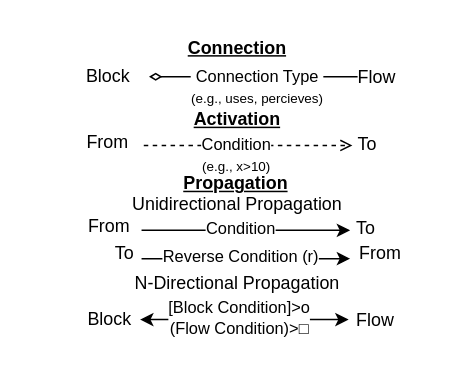
The draw.io diagram docs-source/figures/frdl/primitives/relationships.drawio in nasa/fmdtools, before the edit. Source tidied: cells renumbered, new cells numbered last; positions are measured from the earlier drawing's top-left corner, leaving out a move shared by most shapes. Both pictures are drawn from the tidied source at 149%, with x=0, y=0 at pixel (25, 25).
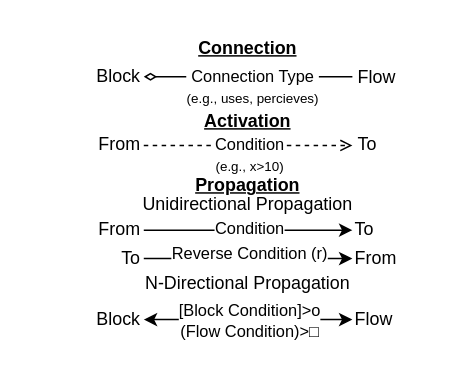
The same diagram, later.

The change refers to these unchanged cells:
```xml
<mxCell id="4" style="endArrow=open;html=1;rounded=0;dashed=1;endFill=0;startArrow=none;startFill=0;" parent="1" edge="1">
  <mxGeometry relative="1" as="geometry">
    <mxPoint x="79" y="80.1" as="sourcePoint" />
    <mxPoint x="219" y="80.1" as="targetPoint" />
  </mxGeometry>
</mxCell>
```

What changed in the source:
```diff
@@
     <mxCell id="2" style="endArrow=none;html=1;rounded=0;endFill=0;startArrow=diamondThin;startFill=0;" parent="1" edge="1">
       <mxGeometry relative="1" as="geometry">
-        <mxPoint x="82.5" y="34" as="sourcePoint" />
-        <mxPoint x="222.5" y="34" as="targetPoint" />
+        <mxPoint x="79" y="34" as="sourcePoint" />
+        <mxPoint x="219" y="34" as="targetPoint" />
       </mxGeometry>
     </mxCell>
@@
     <mxCell id="5" value="Condition&lt;br&gt;&lt;font style=&quot;font-size: 9px;&quot;&gt;(e.g., x&amp;gt;10)&lt;/font&gt;" style="edgeLabel;html=1;align=center;verticalAlign=middle;" parent="4" vertex="1">
       <mxGeometry x="-0.32" y="1" relative="1" as="geometry">
-        <mxPoint x="13" y="7" as="offset" />
+        <mxPoint x="22" y="7" as="offset" />
       </mxGeometry>
     </mxCell>
@@
     <mxCell id="7" value="From" style="text;html=1;strokeColor=none;fillColor=none;align=right;verticalAlign=middle;whiteSpace=wrap;rounded=0;" parent="1" vertex="1">
-      <mxGeometry x="41.5" y="63" width="28.5" height="30" as="geometry" />
+      <mxGeometry x="49" y="65" width="30" height="30" as="geometry" />
     </mxCell>
     <mxCell id="8" value="&lt;b&gt;&lt;u&gt;Activation&lt;/u&gt;&lt;/b&gt;" style="text;html=1;strokeColor=none;fillColor=none;align=center;verticalAlign=middle;whiteSpace=wrap;rounded=0;" parent="1" vertex="1">
-      <mxGeometry x="81.5" y="48" width="120" height="30" as="geometry" />
+      <mxGeometry x="89" y="49" width="120" height="30" as="geometry" />
     </mxCell>
     <mxCell id="9" value="&lt;b&gt;&lt;u&gt;Connection&lt;/u&gt;&lt;/b&gt;" style="text;html=1;strokeColor=none;fillColor=none;align=center;verticalAlign=middle;whiteSpace=wrap;rounded=0;" parent="1" vertex="1">
-      <mxGeometry x="81.5" width="119.8" height="30" as="geometry" />
+      <mxGeometry x="89" width="119.8" height="30" as="geometry" />
     </mxCell>
     <mxCell id="10" value="Block" style="text;html=1;strokeColor=none;fillColor=none;align=right;verticalAlign=middle;whiteSpace=wrap;rounded=0;" parent="1" vertex="1">
-      <mxGeometry x="25" y="19" width="47" height="30" as="geometry" />
+      <mxGeometry x="49" y="19" width="30" height="30" as="geometry" />
     </mxCell>
     <mxCell id="11" value="Flow" style="text;html=1;strokeColor=none;fillColor=none;align=left;verticalAlign=middle;whiteSpace=wrap;rounded=0;" parent="1" vertex="1">
-      <mxGeometry x="221" y="20" width="47" height="30" as="geometry" />
+      <mxGeometry x="221" y="20" width="28" height="30" as="geometry" />
     </mxCell>
     <mxCell id="12" value="&lt;b&gt;&lt;u&gt;Propagation&lt;/u&gt;&lt;/b&gt;" style="text;html=1;strokeColor=none;fillColor=none;align=center;verticalAlign=middle;whiteSpace=wrap;rounded=0;" parent="1" vertex="1">
-      <mxGeometry x="81.2" y="91" width="120" height="30" as="geometry" />
+      <mxGeometry x="88.8" y="91.5" width="120" height="30" as="geometry" />
     </mxCell>
     <mxCell id="13" style="endArrow=classic;html=1;rounded=0;" parent="1" edge="1">
       <mxGeometry relative="1" as="geometry">
-        <mxPoint x="77.5" y="137.1" as="sourcePoint" />
-        <mxPoint x="217.5" y="137.1" as="targetPoint" />
+        <mxPoint x="79" y="137" as="sourcePoint" />
+        <mxPoint x="219" y="137" as="targetPoint" />
       </mxGeometry>
     </mxCell>
     <mxCell id="14" value="Condition" style="edgeLabel;html=1;align=center;verticalAlign=middle;" parent="13" vertex="1">
       <mxGeometry x="-0.33" relative="1" as="geometry">
-        <mxPoint x="19" y="-2" as="offset" />
+        <mxPoint x="23" y="-2" as="offset" />
       </mxGeometry>
     </mxCell>
     <mxCell id="15" value="From" style="text;html=1;strokeColor=none;fillColor=none;align=right;verticalAlign=middle;whiteSpace=wrap;rounded=0;" parent="1" vertex="1">
-      <mxGeometry y="119.5" width="72" height="30" as="geometry" />
+      <mxGeometry x="49" y="121.5" width="30" height="30" as="geometry" />
     </mxCell>
     <mxCell id="16" value="To" style="text;html=1;strokeColor=none;fillColor=none;align=left;verticalAlign=middle;whiteSpace=wrap;rounded=0;" parent="1" vertex="1">
-      <mxGeometry x="220" y="121" width="20.5" height="30" as="geometry" />
+      <mxGeometry x="219" y="122" width="21.5" height="30" as="geometry" />
     </mxCell>
     <mxCell id="17" value="Unidirectional Propagation" style="text;html=1;strokeColor=none;fillColor=none;align=center;verticalAlign=middle;whiteSpace=wrap;rounded=0;" parent="1" vertex="1">
-      <mxGeometry x="41.5" y="114" width="200" height="11" as="geometry" />
+      <mxGeometry x="69" y="114" width="160" height="11" as="geometry" />
     </mxCell>
     <mxCell id="18" style="endArrow=classic;html=1;rounded=0;startArrow=classic;startFill=1;" parent="1" edge="1">
       <mxGeometry relative="1" as="geometry">
-        <mxPoint x="76.5" y="197" as="sourcePoint" />
-        <mxPoint x="216.5" y="197" as="targetPoint" />
+        <mxPoint x="79" y="197" as="sourcePoint" />
+        <mxPoint x="219" y="197" as="targetPoint" />
       </mxGeometry>
     </mxCell>
     <mxCell id="19" value="[Block Condition]&amp;gt;o&lt;br&gt;(Flow Condition)&amp;gt;□" style="edgeLabel;html=1;align=center;verticalAlign=middle;" parent="18" vertex="1">
       <mxGeometry x="-0.33" relative="1" as="geometry">
-        <mxPoint x="19" y="-2" as="offset" />
+        <mxPoint x="23" as="offset" />
       </mxGeometry>
     </mxCell>
     <mxCell id="20" value="N-Directional Propagation" style="text;html=1;strokeColor=none;fillColor=none;align=center;verticalAlign=middle;whiteSpace=wrap;rounded=0;" parent="1" vertex="1">
-      <mxGeometry x="61.5" y="168" width="160" height="9" as="geometry" />
+      <mxGeometry x="79" y="168" width="140" height="9" as="geometry" />
     </mxCell>
     <mxCell id="21" value="Block" style="text;html=1;strokeColor=none;fillColor=none;align=right;verticalAlign=middle;whiteSpace=wrap;rounded=0;" parent="1" vertex="1">
-      <mxGeometry x="41.5" y="181.5" width="30.5" height="30" as="geometry" />
+      <mxGeometry x="49" y="181.5" width="30" height="30" as="geometry" />
     </mxCell>
     <mxCell id="22" value="Flow" style="text;html=1;strokeColor=none;fillColor=none;align=left;verticalAlign=middle;whiteSpace=wrap;rounded=0;" parent="1" vertex="1">
-      <mxGeometry x="220" y="183" width="20.5" height="30" as="geometry" />
+      <mxGeometry x="219" y="181.5" width="21.5" height="30" as="geometry" />
     </mxCell>
     <mxCell id="23" style="endArrow=classic;html=1;rounded=0;" parent="1" edge="1">
       <mxGeometry relative="1" as="geometry">
-        <mxPoint x="77.5" y="156.1" as="sourcePoint" />
-        <mxPoint x="217.5" y="156.1" as="targetPoint" />
+        <mxPoint x="79" y="156" as="sourcePoint" />
+        <mxPoint x="219" y="156" as="targetPoint" />
       </mxGeometry>
     </mxCell>
     <mxCell id="24" value="Reverse Condition (r)" style="edgeLabel;html=1;align=center;verticalAlign=middle;" parent="23" vertex="1">
       <mxGeometry x="-0.33" relative="1" as="geometry">
-        <mxPoint x="19" y="-2" as="offset" />
+        <mxPoint x="23" y="-4" as="offset" />
       </mxGeometry>
     </mxCell>
-    <mxCell id="25" value="From" style="text;html=1;strokeColor=none;fillColor=none;align=right;verticalAlign=middle;whiteSpace=wrap;rounded=0;" parent="1" vertex="1">
-      <mxGeometry x="182" y="138" width="72" height="30" as="geometry" />
+    <mxCell id="25" value="From" style="text;html=1;strokeColor=none;fillColor=none;align=left;verticalAlign=middle;whiteSpace=wrap;rounded=0;labelPosition=center;verticalLabelPosition=middle;" parent="1" vertex="1">
+      <mxGeometry x="219" y="142" width="30" height="28" as="geometry" />
     </mxCell>
-    <mxCell id="26" value="To" style="text;html=1;strokeColor=none;fillColor=none;align=left;verticalAlign=middle;whiteSpace=wrap;rounded=0;" parent="1" vertex="1">
-      <mxGeometry x="57.5" y="138" width="20.5" height="30" as="geometry" />
+    <mxCell id="26" value="To" style="text;html=1;strokeColor=none;fillColor=none;align=right;verticalAlign=middle;whiteSpace=wrap;rounded=0;" parent="1" vertex="1">
+      <mxGeometry x="57.5" y="141" width="20.5" height="30" as="geometry" />
     </mxCell>
```
